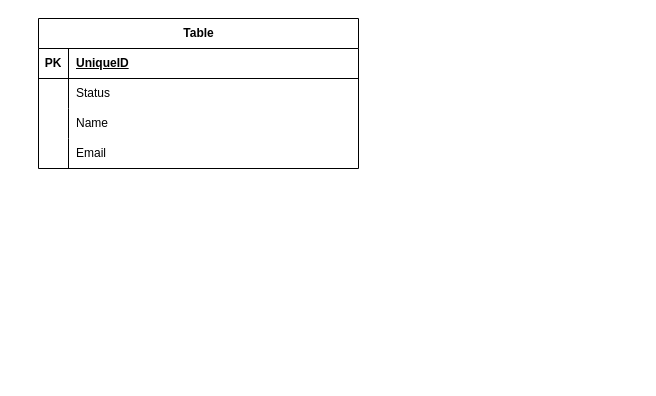
The draw.io diagram Diagrama Banco de Dados.drawio in AlexandreTorrecilhas/musicStudents, before the edit. Source tidied: cells renumbered, new cells numbered last; positions are measured from the earlier drawing's top-left corner, leaving out a move shared by most shapes. Both pictures are drawn from the tidied source at 100%, with x=0, y=0 at pixel (38, 18).
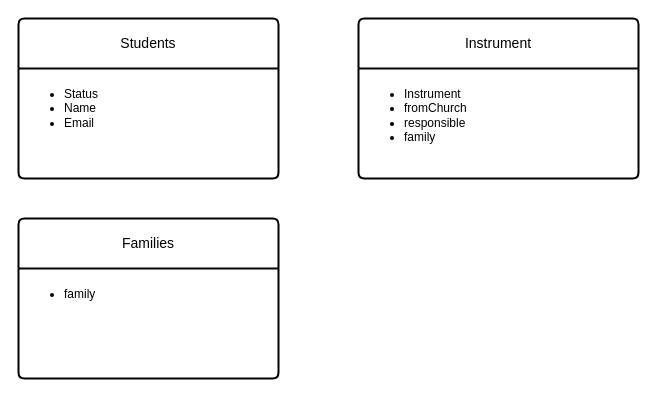
Above is the later version.

Commit message:
updated container model to represent the tables and created the tables students, instrument and families of instrument

What changed in the source:
```diff
@@
 <mxGraphModel>
   <root>
     <mxCell id="0" />
     <mxCell id="1" parent="0" />
-    <mxCell id="2" value="Table" style="shape=table;startSize=30;childLayout=tableLayout;rowLines=0;fontStyle=1;align=center;html=1;" parent="1" vertex="1">
-      <mxGeometry width="320" height="150" as="geometry" />
-    </mxCell>
-    <mxCell id="3" style="shape=tableRow;horizontal=0;startSize=0;swimlaneHead=0;swimlaneBody=0;fillColor=none;top=0;left=0;right=0;bottom=1;" parent="2" vertex="1">
-      <mxGeometry y="30" width="320" height="30" as="geometry" />
-    </mxCell>
-    <mxCell id="4" value="PK" style="shape=partialRectangle;fillColor=none;top=0;left=0;bottom=0;right=0;fontStyle=1;overflow=hidden;whiteSpace=wrap;html=1;" parent="3" vertex="1">
-      <mxGeometry width="30" height="30" as="geometry" />
-    </mxCell>
-    <mxCell id="5" value="UniqueID" style="shape=partialRectangle;fillColor=none;top=0;left=0;bottom=0;right=0;align=left;spacingLeft=6;fontStyle=5;overflow=hidden;whiteSpace=wrap;html=1;" parent="3" vertex="1">
-      <mxGeometry x="30" width="290" height="30" as="geometry" />
-    </mxCell>
-    <mxCell id="6" style="shape=tableRow;horizontal=0;startSize=0;swimlaneHead=0;swimlaneBody=0;fillColor=none;top=0;left=0;right=0;bottom=0;" parent="2" vertex="1">
-      <mxGeometry y="60" width="320" height="30" as="geometry" />
-    </mxCell>
-    <mxCell id="7" style="shape=partialRectangle;fillColor=none;top=0;left=0;bottom=0;right=0;overflow=hidden;whiteSpace=wrap;html=1;" parent="6" vertex="1">
-      <mxGeometry width="30" height="30" as="geometry" />
-    </mxCell>
-    <mxCell id="8" value="Status" style="shape=partialRectangle;fillColor=none;top=0;left=0;bottom=0;right=0;align=left;spacingLeft=6;overflow=hidden;whiteSpace=wrap;html=1;" parent="6" vertex="1">
-      <mxGeometry x="30" width="290" height="30" as="geometry" />
-    </mxCell>
-    <mxCell id="9" style="shape=tableRow;horizontal=0;startSize=0;swimlaneHead=0;swimlaneBody=0;fillColor=none;top=0;left=0;right=0;bottom=0;" parent="2" vertex="1">
-      <mxGeometry y="90" width="320" height="30" as="geometry" />
-    </mxCell>
-    <mxCell id="10" style="shape=partialRectangle;fillColor=none;top=0;left=0;bottom=0;right=0;overflow=hidden;whiteSpace=wrap;html=1;" parent="9" vertex="1">
-      <mxGeometry width="30" height="30" as="geometry" />
-    </mxCell>
-    <mxCell id="11" value="Name" style="shape=partialRectangle;fillColor=none;top=0;left=0;bottom=0;right=0;align=left;spacingLeft=6;overflow=hidden;whiteSpace=wrap;html=1;" parent="9" vertex="1">
-      <mxGeometry x="30" width="290" height="30" as="geometry" />
-    </mxCell>
-    <mxCell id="12" style="shape=tableRow;horizontal=0;startSize=0;swimlaneHead=0;swimlaneBody=0;fillColor=none;top=0;left=0;right=0;bottom=0;" parent="2" vertex="1">
-      <mxGeometry y="120" width="320" height="30" as="geometry" />
-    </mxCell>
-    <mxCell id="13" style="shape=partialRectangle;fillColor=none;top=0;left=0;bottom=0;right=0;overflow=hidden;whiteSpace=wrap;html=1;" parent="12" vertex="1">
-      <mxGeometry width="30" height="30" as="geometry" />
-    </mxCell>
-    <mxCell id="14" value="Email" style="shape=partialRectangle;fillColor=none;top=0;left=0;bottom=0;right=0;align=left;spacingLeft=6;overflow=hidden;whiteSpace=wrap;html=1;" parent="12" vertex="1">
-      <mxGeometry x="30" width="290" height="30" as="geometry" />
-    </mxCell>
+    <mxCell id="15" value="Students" style="swimlane;horizontal=1;startSize=50;rounded=1;fontSize=14;fontStyle=0;strokeWidth=2;shadow=0;dashed=0;align=center;arcSize=4;whiteSpace=wrap;html=1;" parent="1" vertex="1">
+      <mxGeometry x="-20" width="260" height="160" as="geometry" />
+    </mxCell>
+    <mxCell id="16" value="&lt;ul&gt;&lt;li&gt;Status&lt;/li&gt;&lt;li&gt;Name&lt;/li&gt;&lt;li&gt;Email&lt;/li&gt;&lt;/ul&gt;" style="align=left;strokeColor=none;fillColor=none;spacingLeft=4;fontSize=12;verticalAlign=top;html=1;" parent="15" vertex="1">
+      <mxGeometry y="50" width="260" height="110" as="geometry" />
+    </mxCell>
+    <mxCell id="17" value="Instrument" style="swimlane;horizontal=1;startSize=50;rounded=1;fontSize=14;fontStyle=0;strokeWidth=2;shadow=0;dashed=0;align=center;arcSize=4;whiteSpace=wrap;html=1;" parent="1" vertex="1">
+      <mxGeometry x="320" width="280" height="160" as="geometry" />
+    </mxCell>
+    <mxCell id="18" value="&lt;ul&gt;&lt;li&gt;Instrument&lt;/li&gt;&lt;li&gt;fromChurch&lt;/li&gt;&lt;li&gt;responsible&lt;/li&gt;&lt;li&gt;family&lt;/li&gt;&lt;/ul&gt;" style="align=left;strokeColor=none;fillColor=none;spacingLeft=4;fontSize=12;verticalAlign=top;html=1;" parent="17" vertex="1">
+      <mxGeometry y="50" width="280" height="110" as="geometry" />
+    </mxCell>
+    <mxCell id="19" value="Families" style="swimlane;horizontal=1;startSize=50;rounded=1;fontSize=14;fontStyle=0;strokeWidth=2;shadow=0;dashed=0;align=center;arcSize=4;whiteSpace=wrap;html=1;" parent="1" vertex="1">
+      <mxGeometry x="-20" y="200" width="260" height="160" as="geometry" />
+    </mxCell>
+    <mxCell id="20" value="&lt;ul&gt;&lt;li&gt;family&lt;/li&gt;&lt;/ul&gt;" style="align=left;strokeColor=none;fillColor=none;spacingLeft=4;fontSize=12;verticalAlign=top;html=1;" parent="19" vertex="1">
+      <mxGeometry y="50" width="260" height="110" as="geometry" />
+    </mxCell>
   </root>
 </mxGraphModel>
```
